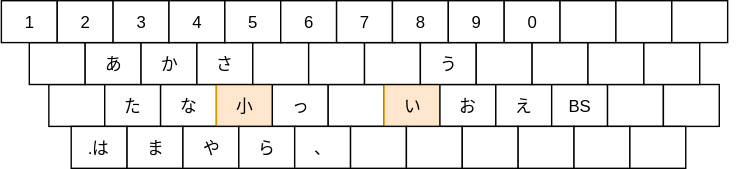
The draw.io diagram layout_image.drawio.svg in funatsufumiya/pc-f-layout, before a commit. Source tidied: cells renumbered, new cells last; positions are measured from the earlier drawing's top-left corner, leaving out a move shared by most shapes.
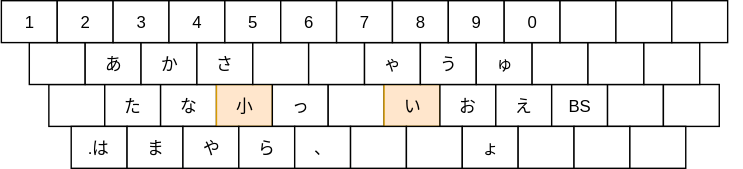
Later version of the same file.

The edit, as a diff of the source:
```diff
@@ -62,7 +62,7 @@
     <mxCell id="21" style="rounded=0;whiteSpace=wrap;html=1;" parent="14" vertex="1">
       <mxGeometry x="240" width="40" height="30" as="geometry" />
     </mxCell>
-    <mxCell id="22" style="rounded=0;whiteSpace=wrap;html=1;" parent="14" vertex="1">
+    <mxCell id="22" value="ょ" style="rounded=0;whiteSpace=wrap;html=1;" parent="14" vertex="1">
       <mxGeometry x="280" width="40" height="30" as="geometry" />
     </mxCell>
     <mxCell id="23" style="rounded=0;whiteSpace=wrap;html=1;" parent="14" vertex="1">
@@ -98,13 +98,13 @@
     <mxCell id="33" style="rounded=0;whiteSpace=wrap;html=1;" parent="27" vertex="1">
       <mxGeometry x="200" width="40" height="30" as="geometry" />
     </mxCell>
-    <mxCell id="34" style="rounded=0;whiteSpace=wrap;html=1;" parent="27" vertex="1">
+    <mxCell id="34" value="ゃ" style="rounded=0;whiteSpace=wrap;html=1;" parent="27" vertex="1">
       <mxGeometry x="240" width="40" height="30" as="geometry" />
     </mxCell>
     <mxCell id="35" value="う" style="rounded=0;whiteSpace=wrap;html=1;" parent="27" vertex="1">
       <mxGeometry x="280" width="40" height="30" as="geometry" />
     </mxCell>
-    <mxCell id="36" style="rounded=0;whiteSpace=wrap;html=1;" parent="27" vertex="1">
+    <mxCell id="36" value="ゅ" style="rounded=0;whiteSpace=wrap;html=1;" parent="27" vertex="1">
       <mxGeometry x="320" width="40" height="30" as="geometry" />
     </mxCell>
     <mxCell id="37" style="rounded=0;whiteSpace=wrap;html=1;" parent="27" vertex="1">
```
